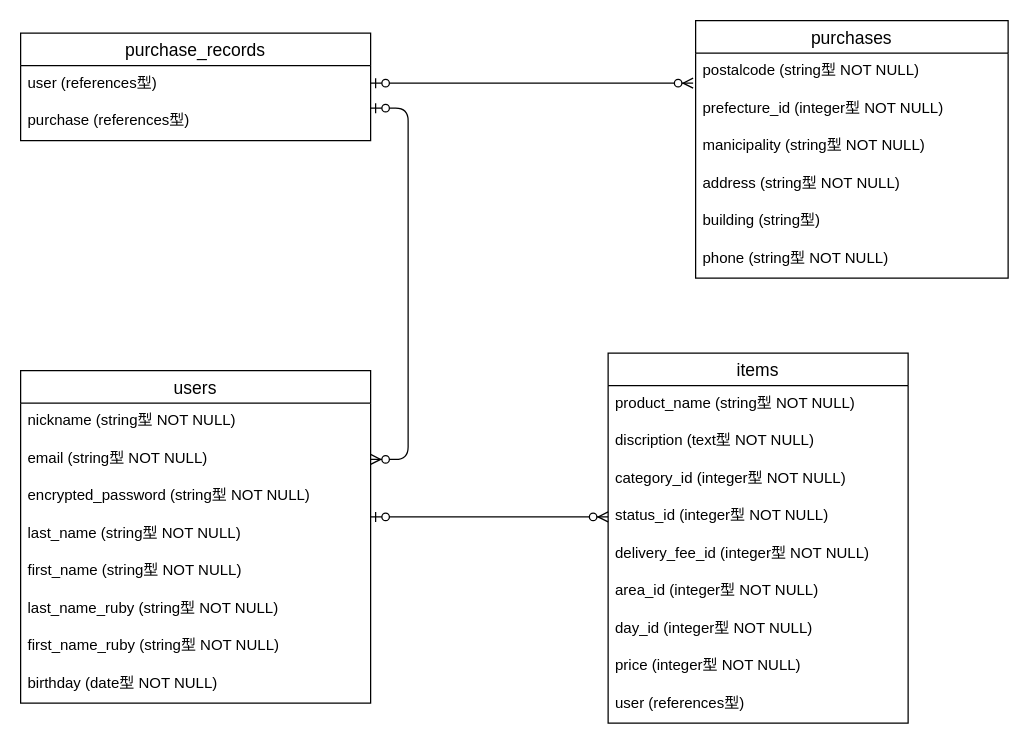
Above: furima.dio in Takaomi-Sakai/furima-31593 (draw.io), before the change. Source tidied: cells renumbered, new cells numbered last; positions are measured from the earlier drawing's top-left corner, leaving out a move shared by most shapes. Both pictures are drawn from the tidied source at 125%, with x=0, y=0 at pixel (20, 20).
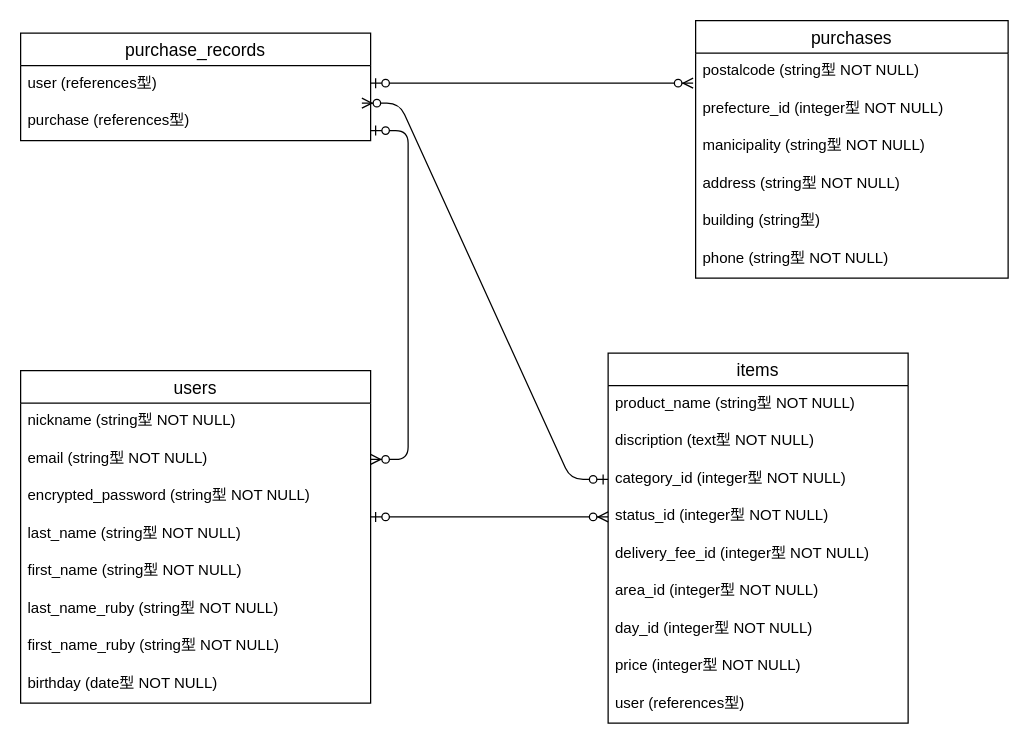
The same diagram, later.

Commit message (it also covers changes not shown here):
データベースの設計_修正３回目

The change refers to these unchanged cells:
```xml
<mxCell id="4" value="email (string型 NOT NULL)" style="text;strokeColor=none;fillColor=none;spacingLeft=4;spacingRight=4;overflow=hidden;points=[[0,0.5],[1,0.5]];portConstraint=eastwest;fontSize=12;" parent="2" vertex="1">
  <mxGeometry y="56" width="280" height="30" as="geometry" />
</mxCell>
<mxCell id="14" value="category_id (integer型 NOT NULL)" style="text;strokeColor=none;fillColor=none;spacingLeft=4;spacingRight=4;overflow=hidden;points=[[0,0.5],[1,0.5]];portConstraint=eastwest;fontSize=12;" parent="11" vertex="1">
  <mxGeometry y="86" width="240" height="30" as="geometry" />
</mxCell>
<mxCell id="30" value="purchase (references型)" style="text;strokeColor=none;fillColor=none;spacingLeft=4;spacingRight=4;overflow=hidden;points=[[0,0.5],[1,0.5]];portConstraint=eastwest;fontSize=12;" parent="28" vertex="1">
  <mxGeometry y="56" width="280" height="30" as="geometry" />
</mxCell>
```

Diff of the diagram source:
```diff
@@
-    <mxCell id="32" style="edgeStyle=entityRelationEdgeStyle;fontSize=12;html=1;endArrow=ERzeroToMany;startArrow=ERzeroToOne;entryX=1;entryY=0.5;entryDx=0;entryDy=0;" parent="1" edge="1" target="4">
-      <mxGeometry relative="1" as="geometry">
-        <mxPoint x="280" y="70" as="sourcePoint" />
-      </mxGeometry>
+    <mxCell id="32" style="edgeStyle=entityRelationEdgeStyle;fontSize=12;html=1;endArrow=ERzeroToMany;startArrow=ERzeroToOne;entryX=1;entryY=0.5;entryDx=0;entryDy=0;exitX=1;exitY=0.733;exitDx=0;exitDy=0;exitPerimeter=0;" parent="1" edge="1" source="30" target="4">
+      <mxGeometry relative="1" as="geometry" />
     </mxCell>
@@
+    <mxCell id="34" style="edgeStyle=entityRelationEdgeStyle;fontSize=12;html=1;endArrow=ERzeroToMany;startArrow=ERzeroToOne;exitX=0;exitY=0.5;exitDx=0;exitDy=0;entryX=0.975;entryY=0;entryDx=0;entryDy=0;entryPerimeter=0;" parent="1" edge="1" source="14" target="30">
+      <mxGeometry relative="1" as="geometry" />
+    </mxCell>
```
